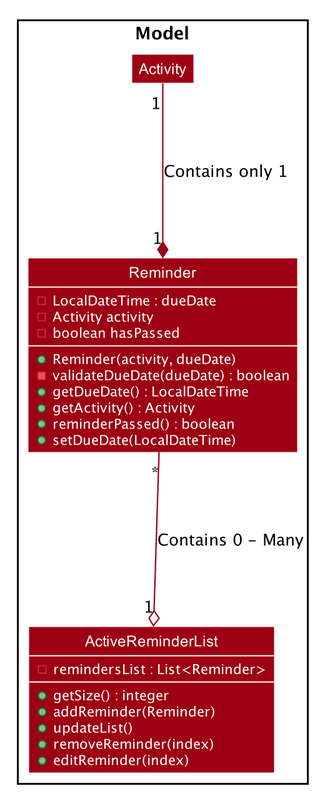
Above: docs/images/AddReminderClassDiagram.png in nus-cs2103-AY1920S2/addressbook-level3 (PlantUML), before the change. Source of this version:
```plantuml
@startuml








skinparam BackgroundColor #FFFFFFF

skinparam Shadowing false

skinparam Class {
    FontColor #FFFFFF
    BorderThickness 1
    BorderColor #FFFFFF
    StereotypeFontColor #FFFFFF
    FontName Arial
}

skinparam Actor {
    BorderColor #000000
    Color #000000
    FontName Arial
}

skinparam Sequence {
    MessageAlign center
    BoxFontSize 15
    BoxPadding 0
    BoxFontColor #FFFFFF
    FontName Arial
}

skinparam Participant {
    FontColor #FFFFFFF
    Padding 20
}

skinparam MinClassWidth 50
skinparam ParticipantPadding 10
skinparam Shadowing false
skinparam DefaultTextAlignment center
skinparam packageStyle Rectangle

hide footbox
hide members
hide circle
skinparam arrowThickness 1.1
skinparam arrowColor #9D0012
skinparam classBackgroundColor #9D0012
skinparam ClassAttributeFontColor WHITE

show attributes
show methods

hide empty members

package Model {
    class Reminder {
         - LocalDateTime : dueDate
         - Activity activity
         - boolean hasPassed
         + Reminder(activity, dueDate)
         - validateDueDate(dueDate) : boolean
         + getDueDate() : LocalDateTime
         + getActivity() : Activity
         + reminderPassed() : boolean
         + setDueDate(LocalDateTime)
    }
    class Activity
    class ActiveReminderList {
        - remindersList : List<Reminder>
        + getSize() : integer
        + addReminder(Reminder)
        + updateList()
        + removeReminder(index)
        + editReminder(index)
    }
Reminder "*" -up-o "1" ActiveReminderList : Contains 0 - Many
Activity "1" --* "1" Reminder : Contains only 1
}
@enduml
```
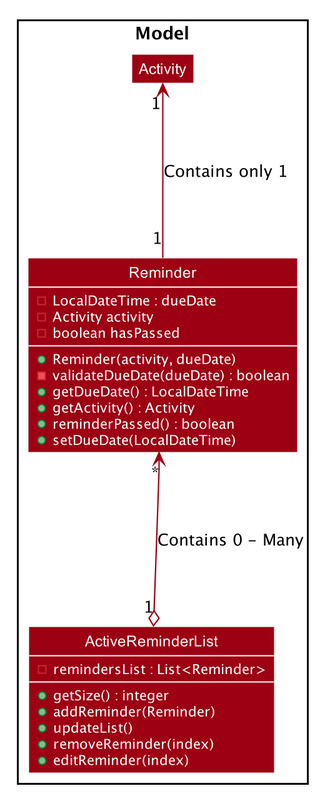
After the commit.

Commit message:
Updated UML diagrams

Change to the diagram source:
```diff
@@ -78,7 +78,7 @@
         + removeReminder(index)
         + editReminder(index)
     }
-Reminder "*" -up-o "1" ActiveReminderList : Contains 0 - Many
-Activity "1" --* "1" Reminder : Contains only 1
+Reminder "*" <--o "1" ActiveReminderList : Contains 0 - Many
+Activity "1" <-- "1" Reminder : Contains only 1
 }
 @enduml
```
